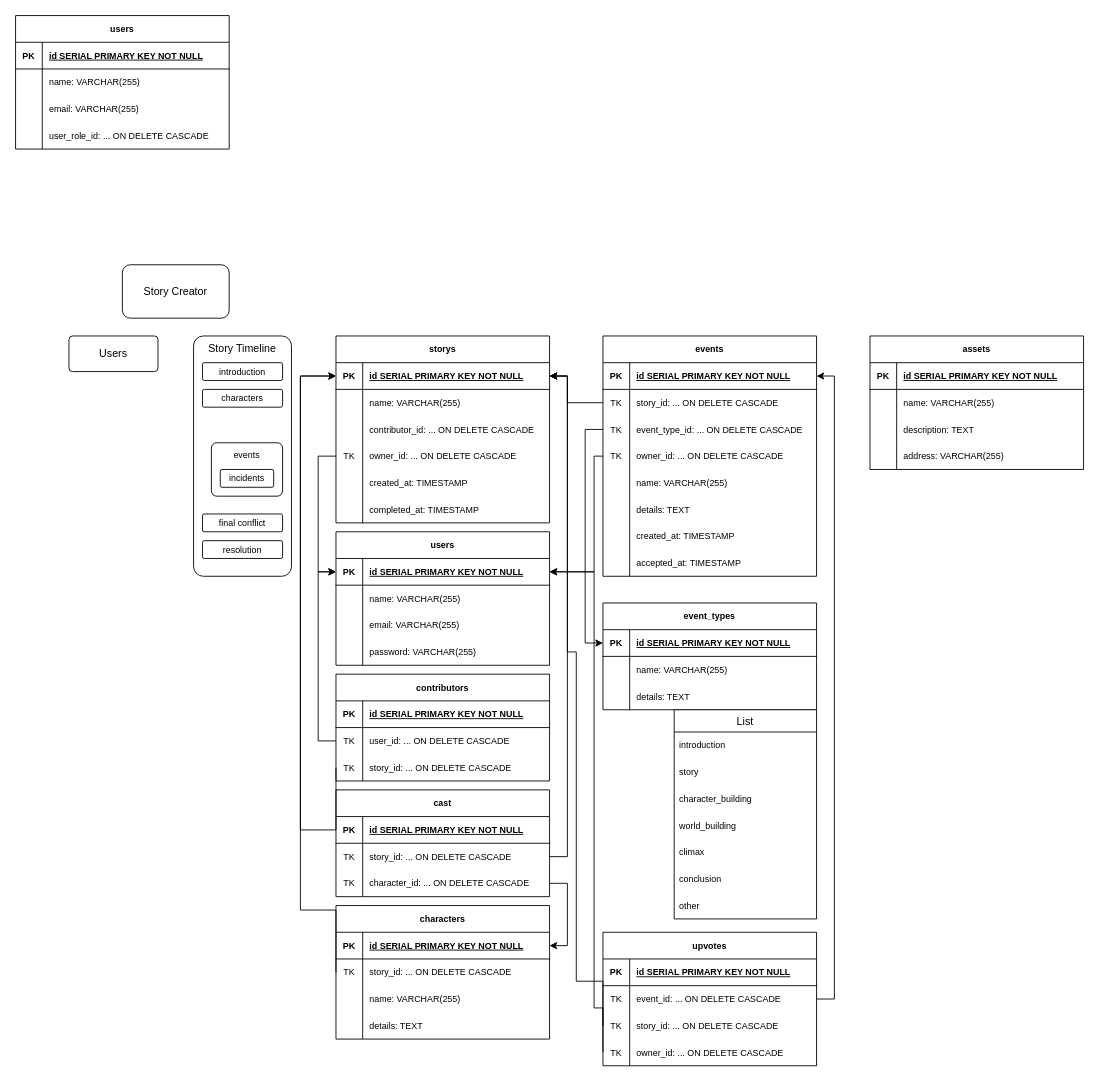
This is db/erd/story_creator.drawio from navycuda/story_creator, a draw.io file, before an edit. Source tidied: cells renumbered, new cells numbered last; positions are measured from the earlier drawing's top-left corner, leaving out a move shared by most shapes. Both pictures are drawn from the tidied source at 89%, with x=0, y=0 at pixel (15, 15).
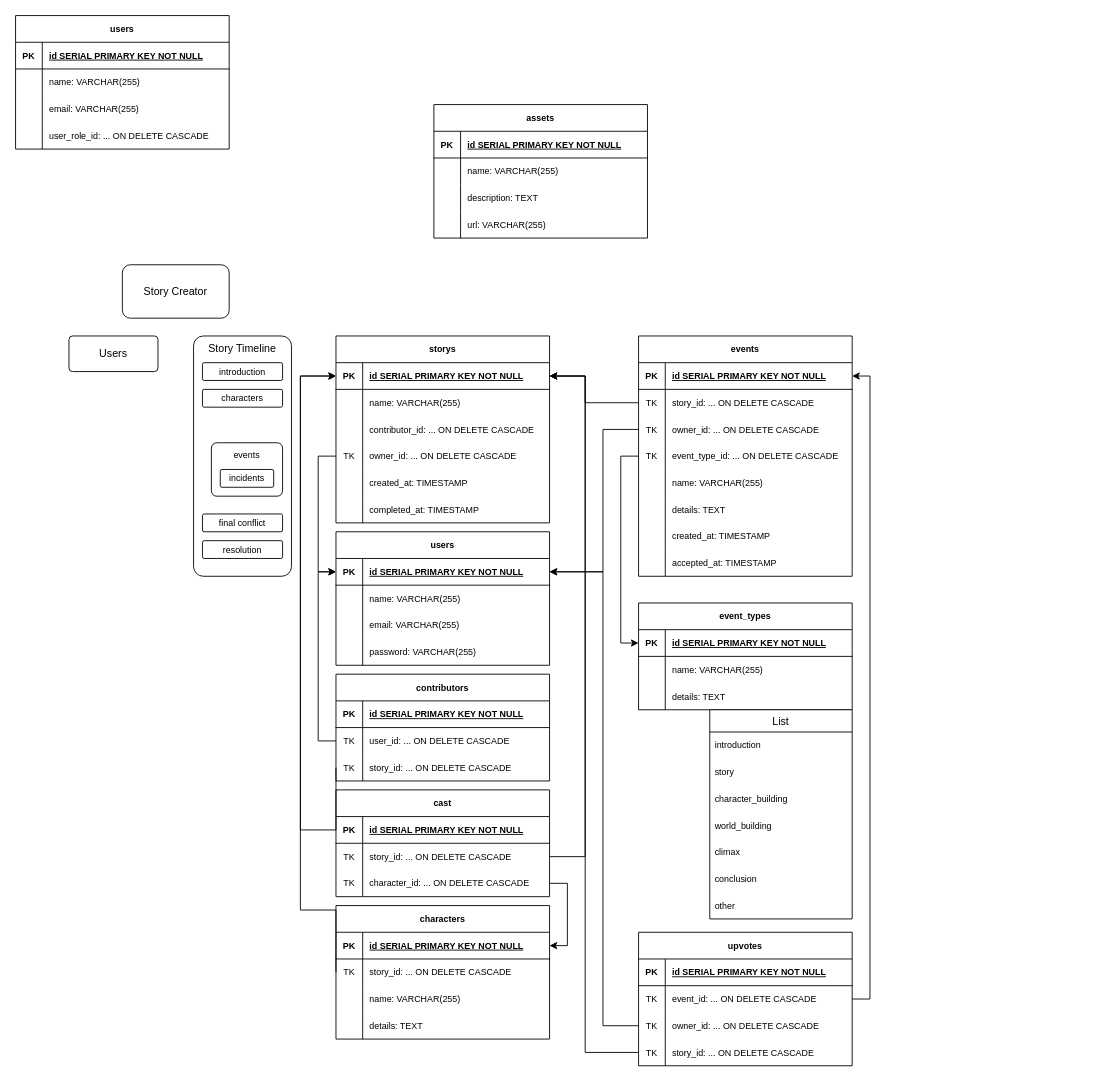
The same diagram, later.

Commit message:
Reordered database erd

The change refers to these unchanged cells:
```xml
<mxCell id="5" style="shape=tableRow;horizontal=0;startSize=0;swimlaneHead=0;swimlaneBody=0;fillColor=none;points=[[0,0.5],[1,0.5]];portConstraint=eastwest;top=0;left=0;right=0;bottom=1;fontSize=10;" parent="4" vertex="1">
  <mxGeometry y="30" width="240" height="30" as="geometry" />
</mxCell>
<mxCell id="32" style="shape=tableRow;horizontal=0;startSize=0;swimlaneHead=0;swimlaneBody=0;fillColor=none;points=[[0,0.5],[1,0.5]];portConstraint=eastwest;top=0;left=0;right=0;bottom=1;fontSize=10;" parent="31" vertex="1">
  <mxGeometry y="30" width="240" height="30" as="geometry" />
</mxCell>
<mxCell id="73" style="shape=tableRow;horizontal=0;startSize=0;swimlaneHead=0;swimlaneBody=0;fillColor=none;points=[[0,0.5],[1,0.5]];portConstraint=eastwest;top=0;left=0;right=0;bottom=0;fontSize=10;" parent="69" vertex="1">
  <mxGeometry y="60" width="240" height="30" as="geometry" />
</mxCell>
<mxCell id="116" style="shape=tableRow;horizontal=0;startSize=0;swimlaneHead=0;swimlaneBody=0;fillColor=none;points=[[0,0.5],[1,0.5]];portConstraint=eastwest;top=0;left=0;right=0;bottom=0;fontSize=10;" parent="112" vertex="1">
  <mxGeometry y="60" width="240" height="30" as="geometry" />
</mxCell>
<mxCell id="167" style="shape=tableRow;horizontal=0;startSize=0;swimlaneHead=0;swimlaneBody=0;fillColor=none;top=0;left=0;right=0;bottom=0;fontSize=10;" parent="157" vertex="1">
  <mxGeometry y="120" width="240" height="30" as="geometry" />
</mxCell>
```

The edit, as a diff of the source:
```diff
@@
     <mxCell id="69" value="events" style="shape=table;startSize=30;childLayout=tableLayout;rowLines=0;fontStyle=1;align=center;fontSize=10;" parent="1" vertex="1">
-      <mxGeometry x="660" y="360" width="240" height="270" as="geometry" />
+      <mxGeometry x="700" y="360" width="240" height="270" as="geometry" />
     </mxCell>
@@
+    <mxCell id="79" style="shape=tableRow;horizontal=0;startSize=0;swimlaneHead=0;swimlaneBody=0;fillColor=none;points=[[0,0.5],[1,0.5]];portConstraint=eastwest;top=0;left=0;right=0;bottom=0;fontSize=10;" parent="69" vertex="1">
+      <mxGeometry y="90" width="240" height="30" as="geometry" />
+    </mxCell>
+    <mxCell id="80" value="TK" style="shape=partialRectangle;fillColor=none;top=0;left=0;bottom=0;right=0;overflow=hidden;fontSize=10;" parent="79" vertex="1">
+      <mxGeometry width="30" height="30" as="geometry" />
+    </mxCell>
+    <mxCell id="81" value="owner_id: ... ON DELETE CASCADE" style="shape=partialRectangle;fillColor=none;top=0;left=0;bottom=0;right=0;align=left;spacingLeft=6;overflow=hidden;fontSize=10;" parent="79" vertex="1">
+      <mxGeometry x="30" width="210" height="30" as="geometry" />
+    </mxCell>
     <mxCell id="76" style="shape=tableRow;horizontal=0;startSize=0;swimlaneHead=0;swimlaneBody=0;fillColor=none;points=[[0,0.5],[1,0.5]];portConstraint=eastwest;top=0;left=0;right=0;bottom=0;fontSize=10;" parent="69" vertex="1">
-      <mxGeometry y="90" width="240" height="30" as="geometry" />
+      <mxGeometry y="120" width="240" height="30" as="geometry" />
     </mxCell>
@@
-    <mxCell id="79" style="shape=tableRow;horizontal=0;startSize=0;swimlaneHead=0;swimlaneBody=0;fillColor=none;points=[[0,0.5],[1,0.5]];portConstraint=eastwest;top=0;left=0;right=0;bottom=0;fontSize=10;" parent="69" vertex="1">
-      <mxGeometry y="120" width="240" height="30" as="geometry" />
-    </mxCell>
-    <mxCell id="80" value="TK" style="shape=partialRectangle;fillColor=none;top=0;left=0;bottom=0;right=0;overflow=hidden;fontSize=10;" parent="79" vertex="1">
-      <mxGeometry width="30" height="30" as="geometry" />
-    </mxCell>
-    <mxCell id="81" value="owner_id: ... ON DELETE CASCADE" style="shape=partialRectangle;fillColor=none;top=0;left=0;bottom=0;right=0;align=left;spacingLeft=6;overflow=hidden;fontSize=10;" parent="79" vertex="1">
-      <mxGeometry x="30" width="210" height="30" as="geometry" />
-    </mxCell>
@@
     <mxCell id="94" value="event_types" style="shape=table;startSize=30;childLayout=tableLayout;rowLines=0;fontStyle=1;align=center;fontSize=10;" parent="1" vertex="1">
-      <mxGeometry x="660" y="660" width="240" height="120" as="geometry" />
+      <mxGeometry x="700" y="660" width="240" height="120" as="geometry" />
     </mxCell>
@@
     <mxCell id="104" value="List" style="swimlane;fontStyle=0;horizontal=1;startSize=25;align=center;fontSize=12;" parent="1" vertex="1">
-      <mxGeometry x="740" y="780" width="160" height="235" as="geometry" />
+      <mxGeometry x="780" y="780" width="160" height="235" as="geometry" />
     </mxCell>
@@
     <mxCell id="123" style="edgeStyle=orthogonalEdgeStyle;rounded=0;jettySize=auto;html=1;exitX=1;exitY=0.5;exitDx=0;exitDy=0;entryX=1;entryY=0.5;entryDx=0;entryDy=0;fontSize=12;" parent="1" edge="1" source="116" target="32">
-      <mxGeometry relative="1" as="geometry" />
+      <mxGeometry relative="1" as="geometry">
+        <Array as="points">
+          <mxPoint x="640" y="945" />
+          <mxPoint x="640" y="405" />
+        </Array>
+      </mxGeometry>
     </mxCell>
@@
     <mxCell id="125" style="edgeStyle=orthogonalEdgeStyle;rounded=0;jettySize=auto;html=1;exitX=0;exitY=0.5;exitDx=0;exitDy=0;entryX=1;entryY=0.5;entryDx=0;entryDy=0;fontSize=12;" parent="1" edge="1" source="73" target="32">
       <mxGeometry relative="1" as="geometry">
         <Array as="points">
-          <mxPoint x="620" y="435" />
-          <mxPoint x="620" y="405" />
+          <mxPoint x="640" y="435" />
+          <mxPoint x="640" y="405" />
         </Array>
       </mxGeometry>
     </mxCell>
@@
     <mxCell id="140" value="upvotes" style="shape=table;startSize=30;childLayout=tableLayout;rowLines=0;fontStyle=1;align=center;fontSize=10;" parent="1" vertex="1">
-      <mxGeometry x="660" y="1030" width="240" height="150" as="geometry" />
+      <mxGeometry x="700" y="1030" width="240" height="150" as="geometry" />
     </mxCell>
@@
+    <mxCell id="150" style="shape=tableRow;horizontal=0;startSize=0;swimlaneHead=0;swimlaneBody=0;fillColor=none;points=[[0,0.5],[1,0.5]];portConstraint=eastwest;top=0;left=0;right=0;bottom=0;fontSize=10;" parent="140" vertex="1">
+      <mxGeometry y="90" width="240" height="30" as="geometry" />
+    </mxCell>
+    <mxCell id="151" value="TK" style="shape=partialRectangle;fillColor=none;top=0;left=0;bottom=0;right=0;overflow=hidden;fontSize=10;" parent="150" vertex="1">
+      <mxGeometry width="30" height="30" as="geometry" />
+    </mxCell>
+    <mxCell id="152" value="owner_id: ... ON DELETE CASCADE" style="shape=partialRectangle;fillColor=none;top=0;left=0;bottom=0;right=0;align=left;spacingLeft=6;overflow=hidden;fontSize=10;" parent="150" vertex="1">
+      <mxGeometry x="30" width="210" height="30" as="geometry" />
+    </mxCell>
     <mxCell id="147" style="shape=tableRow;horizontal=0;startSize=0;swimlaneHead=0;swimlaneBody=0;fillColor=none;points=[[0,0.5],[1,0.5]];portConstraint=eastwest;top=0;left=0;right=0;bottom=0;fontSize=10;" parent="140" vertex="1">
-      <mxGeometry y="90" width="240" height="30" as="geometry" />
+      <mxGeometry y="120" width="240" height="30" as="geometry" />
     </mxCell>
@@
-    <mxCell id="150" style="shape=tableRow;horizontal=0;startSize=0;swimlaneHead=0;swimlaneBody=0;fillColor=none;points=[[0,0.5],[1,0.5]];portConstraint=eastwest;top=0;left=0;right=0;bottom=0;fontSize=10;" parent="140" vertex="1">
-      <mxGeometry y="120" width="240" height="30" as="geometry" />
-    </mxCell>
-    <mxCell id="151" value="TK" style="shape=partialRectangle;fillColor=none;top=0;left=0;bottom=0;right=0;overflow=hidden;fontSize=10;" parent="150" vertex="1">
-      <mxGeometry width="30" height="30" as="geometry" />
-    </mxCell>
-    <mxCell id="152" value="owner_id: ... ON DELETE CASCADE" style="shape=partialRectangle;fillColor=none;top=0;left=0;bottom=0;right=0;align=left;spacingLeft=6;overflow=hidden;fontSize=10;" parent="150" vertex="1">
-      <mxGeometry x="30" width="210" height="30" as="geometry" />
-    </mxCell>
@@
     <mxCell id="154" style="edgeStyle=orthogonalEdgeStyle;rounded=0;jettySize=auto;html=1;exitX=0;exitY=0.5;exitDx=0;exitDy=0;entryX=1;entryY=0.5;entryDx=0;entryDy=0;fontSize=12;" parent="1" edge="1" source="147" target="32">
       <mxGeometry relative="1" as="geometry">
         <Array as="points">
-          <mxPoint x="630" y="1085" />
-          <mxPoint x="630" y="715" />
-          <mxPoint x="620" y="715" />
-          <mxPoint x="620" y="405" />
+          <mxPoint x="640" y="1165" />
+          <mxPoint x="640" y="405" />
         </Array>
       </mxGeometry>
     </mxCell>
     <mxCell id="155" style="edgeStyle=orthogonalEdgeStyle;rounded=0;jettySize=auto;html=1;exitX=0;exitY=0.5;exitDx=0;exitDy=0;entryX=1;entryY=0.5;entryDx=0;entryDy=0;fontSize=12;" parent="1" edge="1" source="150" target="5">
       <mxGeometry relative="1" as="geometry">
         <Array as="points">
-          <mxPoint x="660" y="1115" />
-          <mxPoint x="650" y="1115" />
-          <mxPoint x="650" y="625" />
+          <mxPoint x="660" y="1135" />
+          <mxPoint x="660" y="625" />
         </Array>
       </mxGeometry>
     </mxCell>
     <mxCell id="156" style="edgeStyle=orthogonalEdgeStyle;rounded=0;jettySize=auto;html=1;exitX=0;exitY=0.5;exitDx=0;exitDy=0;entryX=1;entryY=0.5;entryDx=0;entryDy=0;fontSize=12;" parent="1" edge="1" source="79" target="5">
       <mxGeometry relative="1" as="geometry">
         <Array as="points">
-          <mxPoint x="650" y="495" />
-          <mxPoint x="650" y="625" />
+          <mxPoint x="660" y="465" />
+          <mxPoint x="660" y="625" />
         </Array>
       </mxGeometry>
     </mxCell>
     <mxCell id="157" value="assets" style="shape=table;startSize=30;childLayout=tableLayout;rowLines=0;fontStyle=1;align=center;fontSize=10;" parent="1" vertex="1">
-      <mxGeometry x="960" y="360" width="240" height="150" as="geometry" />
+      <mxGeometry x="470" y="100" width="240" height="150" as="geometry" />
     </mxCell>
@@
-    <mxCell id="169" value="address: VARCHAR(255)" style="shape=partialRectangle;fillColor=none;top=0;left=0;bottom=0;right=0;align=left;spacingLeft=6;overflow=hidden;fontSize=10;" parent="167" vertex="1">
+    <mxCell id="169" value="url: VARCHAR(255)" style="shape=partialRectangle;fillColor=none;top=0;left=0;bottom=0;right=0;align=left;spacingLeft=6;overflow=hidden;fontSize=10;" parent="167" vertex="1">
       <mxGeometry x="30" width="210" height="30" as="geometry" />
     </mxCell>
```
